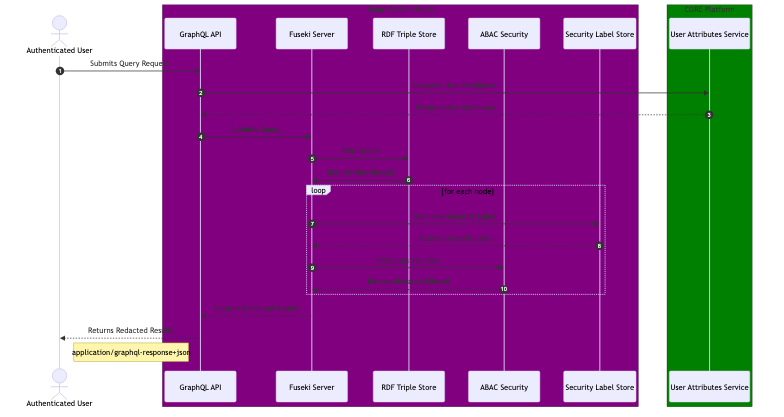
Above: docs/images/graphql_user_request_sequence.png in telicent-oss/smart-cache-graph (Mermaid), before the change. Its source is kept beside it as docs/diagrams/graphql_user_request_sequence.mmd. Its diagram source:
```mermaid
sequenceDiagram
    autonumber
    actor U as Authenticated User
    box Purple Smart Cache Graph
        participant G as GraphQL API
        participant FS as Fuseki Server
        participant J as RDF Triple Store
        participant A as ABAC Security
        participant L as Security Label Store
    end
    box Green CORE Platform
        participant UAS as User Attributes Service
    end
    U->>G: Submits Query Request
    G->>UAS: Requests User Attributes
    UAS-->>G: Returns User Attributes
    G->>FS: Submits Query
    FS->>J: Runs Query
    J->>FS: Returns Raw Results
    loop for each node
        FS->>L: Retrieves Security Label
        L-->>FS: Returns Security Label
        FS->>A: Evaluates Security
        A-->>FS: Returns Redacted Result
    end
    autonumber off
    FS-->>G: Returns Redacted Results
    G-->>U: Returns Redacted Results
    note left of G: application/graphql-response+json
```
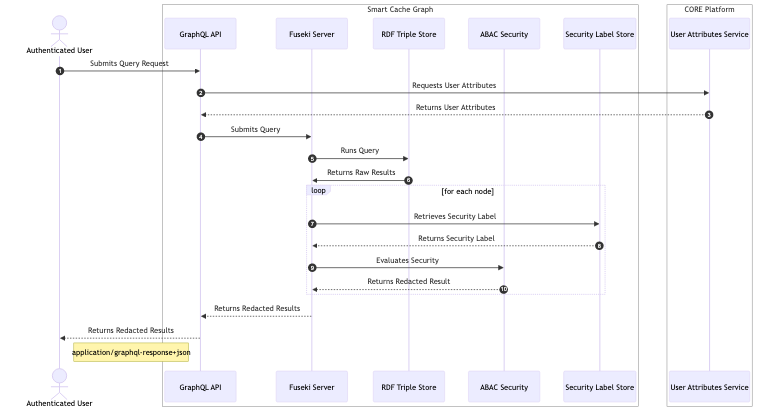
The same diagram one commit later.

What changed in the source:
```diff
@@ -1,14 +1,14 @@
 sequenceDiagram
     autonumber
     actor U as Authenticated User
-    box Purple Smart Cache Graph
+    box Smart Cache Graph
         participant G as GraphQL API
         participant FS as Fuseki Server
         participant J as RDF Triple Store
         participant A as ABAC Security
         participant L as Security Label Store
     end
-    box Green CORE Platform
+    box CORE Platform
         participant UAS as User Attributes Service
     end
     U->>G: Submits Query Request
```
